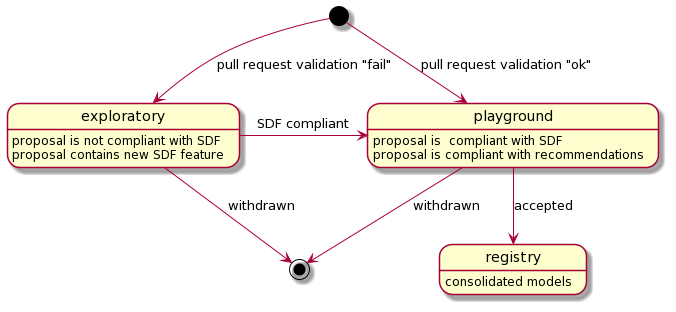
Earlier version of the PlantUML export assets/images/process.png (one-data-model/one-data-model.github.io).
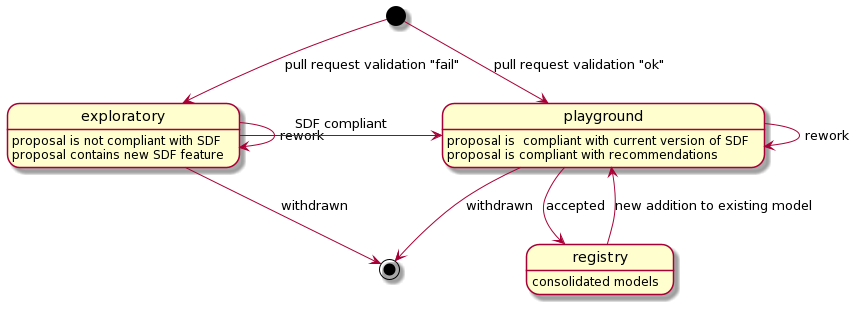
After the commit.

Commit message:
added process diagram

Change to the diagram source:
```diff
@@ -4,13 +4,19 @@
 exploratory : proposal is not compliant with SDF
 exploratory : proposal contains new SDF feature
 
+exploratory --> exploratory : rework
+
 
 [*] --> playground : pull request validation "ok"
 exploratory -> playground : SDF compliant
 playground --> [*] : withdrawn
 
-playground : proposal is  compliant with SDF
+playground --> playground : rework
+
+playground : proposal is  compliant with current version of SDF
 playground : proposal is compliant with recommendations
+
+registry -> playground : new addition to existing model
 
 playground --> registry : accepted
 registry : consolidated models
```
